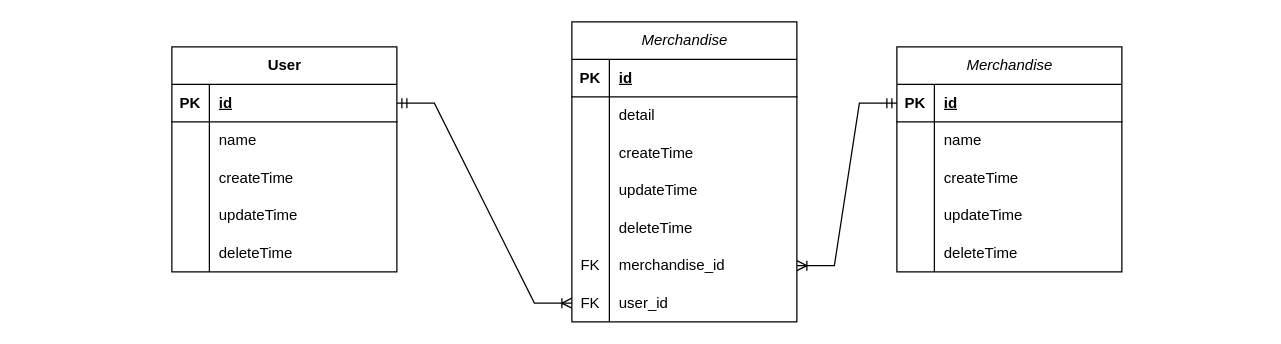
Before: diversition_store.drawio in tertawann/draw.io, a draw.io diagram. Source tidied: cells renumbered, new cells numbered last; positions are measured from the earlier drawing's top-left corner, leaving out a move shared by most shapes. Both pictures are drawn from the tidied source at 125%, with x=0, y=0 at pixel (171, 21).
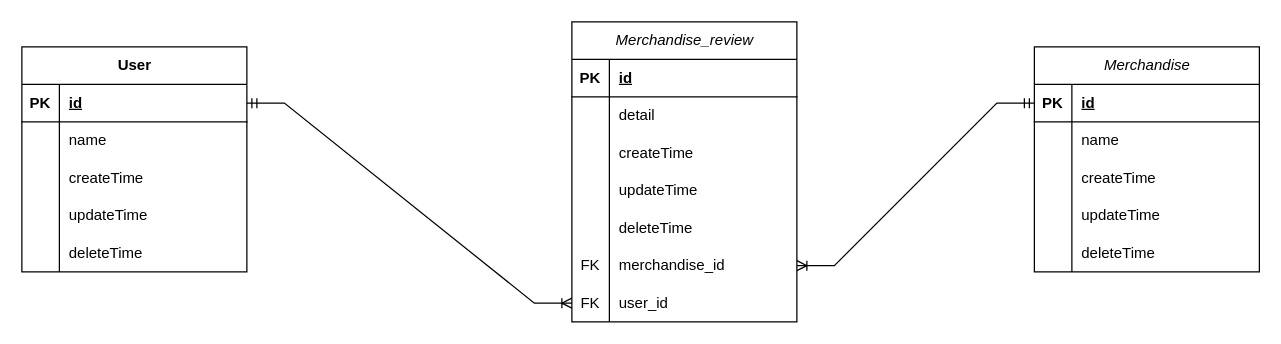
Above is the later version.

The edit, as a diff of the source:
```diff
@@
     <mxCell id="2" value="User" style="shape=table;startSize=30;childLayout=tableLayout;rowLines=0;fontStyle=1;align=center;html=1;labelBackgroundColor=none;" parent="1" vertex="1">
-      <mxGeometry y="20" width="180" height="180" as="geometry" />
+      <mxGeometry x="-120" y="20" width="180" height="180" as="geometry" />
     </mxCell>
@@
     <mxCell id="18" value="&lt;span style=&quot;font-style: italic; font-weight: 400;&quot;&gt;Merchandise&lt;/span&gt;" style="shape=table;startSize=30;childLayout=tableLayout;rowLines=0;fontStyle=1;align=center;html=1;labelBackgroundColor=none;" parent="1" vertex="1">
-      <mxGeometry x="580" y="20" width="180" height="180" as="geometry" />
+      <mxGeometry x="690" y="20" width="180" height="180" as="geometry" />
     </mxCell>
@@
-    <mxCell id="34" value="&lt;span style=&quot;font-style: italic; font-weight: 400;&quot;&gt;Merchandise&lt;/span&gt;" style="shape=table;startSize=30;childLayout=tableLayout;rowLines=0;fontStyle=1;align=center;html=1;labelBackgroundColor=none;" parent="1" vertex="1">
+    <mxCell id="34" value="&lt;span style=&quot;font-style: italic; font-weight: 400;&quot;&gt;Merchandise_review&lt;/span&gt;" style="shape=table;startSize=30;childLayout=tableLayout;rowLines=0;fontStyle=1;align=center;html=1;labelBackgroundColor=none;" parent="1" vertex="1">
       <mxGeometry x="320" width="180" height="240" as="geometry" />
     </mxCell>
```
